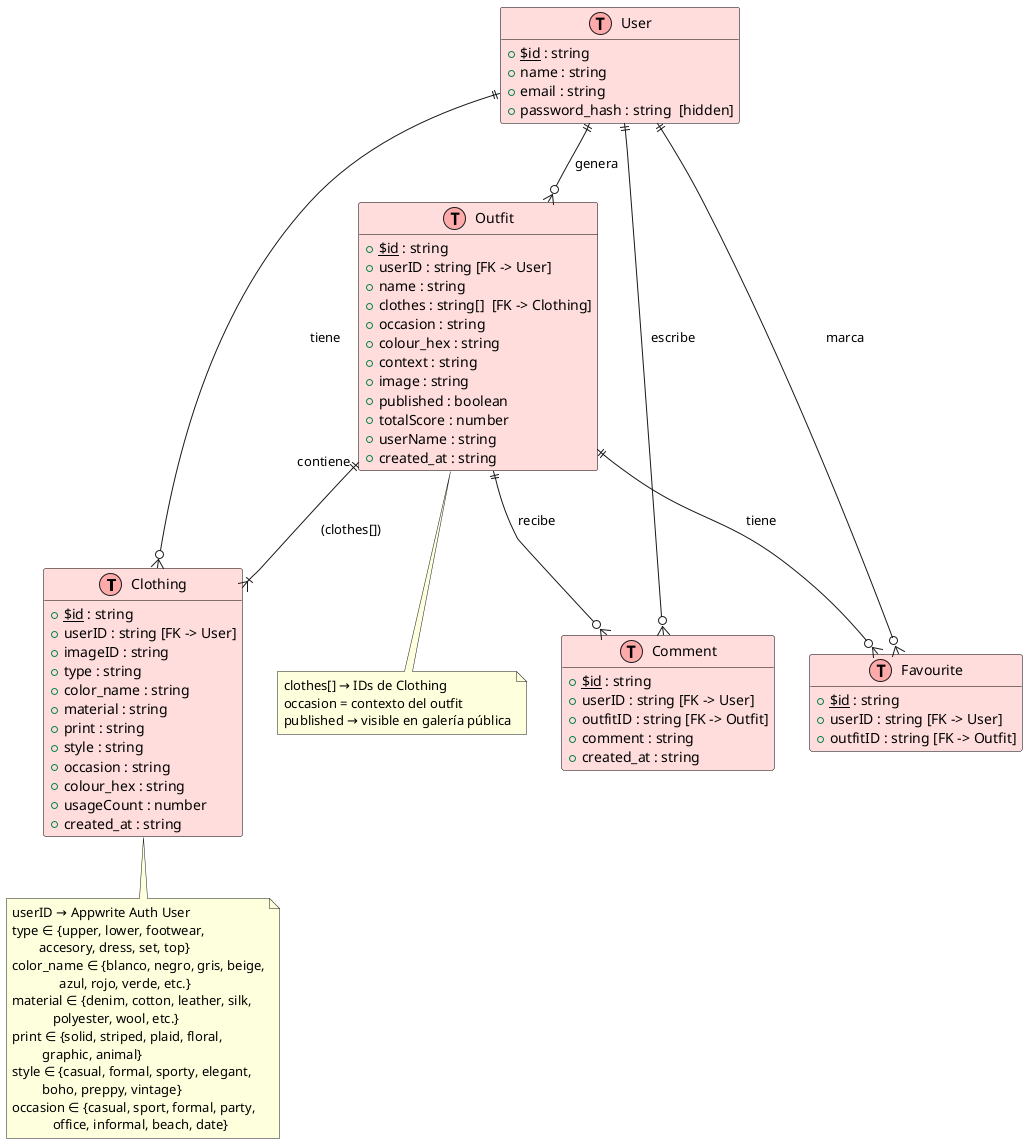
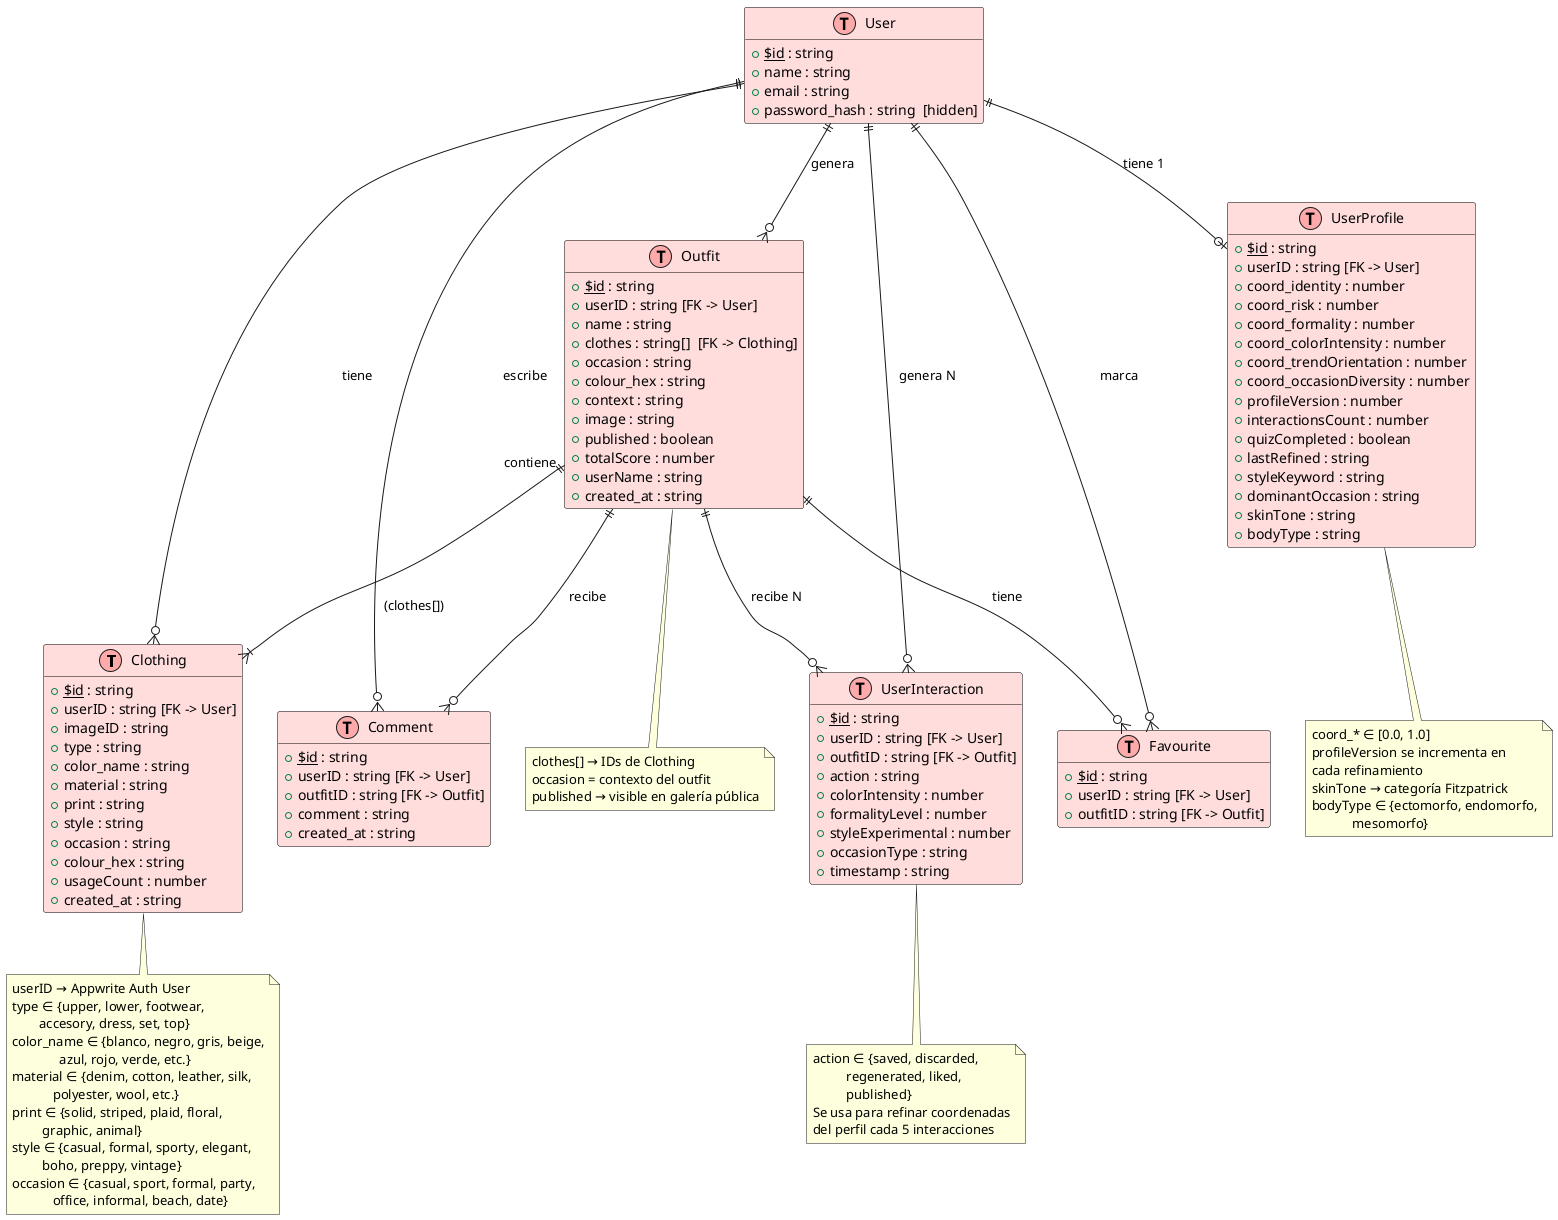
@startuml ER - OutfitGen

!define table(x) class x << (T,#FFAAAA) >>
!define primary_key(x) <u>x</u>
!define foreign_key(x) <i>x</i>

hide methods
hide stereotypes

skinparam classBorderColor black
skinparam classBackgroundColor #FFDDDD

table(Clothing) {
  + primary_key($id) : string
  + userID : string [FK -> User]
  + imageID : string
  + type : string
  + color_name : string
  + material : string
  + print : string
  + style : string
  + occasion : string
  + colour_hex : string
  + usageCount : number
  + created_at : string
}

table(Outfit) {
  + primary_key($id) : string
  + userID : string [FK -> User]
  + name : string
  + clothes : string[]  [FK -> Clothing]
  + occasion : string
  + colour_hex : string
  + context : string
  + image : string
  + published : boolean
  + totalScore : number
  + userName : string
  + created_at : string
}

table(Favourite) {
  + primary_key($id) : string
  + userID : string [FK -> User]
  + outfitID : string [FK -> Outfit]
}

table(Comment) {
  + primary_key($id) : string
  + userID : string [FK -> User]
  + outfitID : string [FK -> Outfit]
  + comment : string
  + created_at : string
}

+ ' ─── Nuevas entidades ──────────────────────────────────────────────────────────
+ table(UserProfile) {
+   + primary_key($id) : string
+   + userID : string [FK -> User]
+   + coord_identity : number
+   + coord_risk : number
+   + coord_formality : number
+   + coord_colorIntensity : number
+   + coord_trendOrientation : number
+   + coord_occasionDiversity : number
+   + profileVersion : number
+   + interactionsCount : number
+   + quizCompleted : boolean
+   + lastRefined : string
+   + styleKeyword : string
+   + dominantOccasion : string
+   + skinTone : string
+   + bodyType : string
+ }
+ 
+ table(UserInteraction) {
+   + primary_key($id) : string
+   + userID : string [FK -> User]
+   + outfitID : string [FK -> Outfit]
+   + action : string
+   + colorIntensity : number
+   + formalityLevel : number
+   + styleExperimental : number
+   + occasionType : string
+   + timestamp : string
+ }
+ 
table(User) {
  + primary_key($id) : string
  + name : string
  + email : string
  + password_hash : string  [hidden]
}

User ||--o{ Clothing : "tiene"
User ||--o{ Outfit : "genera"
User ||--o{ Favourite : "marca"
User ||--o{ Comment : "escribe"
+ User ||--o| UserProfile : "tiene 1"
+ User ||--o{ UserInteraction : "genera N"
Outfit ||--o{ Favourite : "tiene"
Outfit ||--o{ Comment : "recibe"
Outfit ||--|{ Clothing : "contiene" \n(clothes[])
+ Outfit ||--o{ UserInteraction : "recibe N"

note bottom of Clothing
  userID → Appwrite Auth User
  type ∈ {upper, lower, footwear,
          accesory, dress, set, top}
  color_name ∈ {blanco, negro, gris, beige,
                azul, rojo, verde, etc.}
  material ∈ {denim, cotton, leather, silk,
              polyester, wool, etc.}
  print ∈ {solid, striped, plaid, floral,
           graphic, animal}
  style ∈ {casual, formal, sporty, elegant,
           boho, preppy, vintage}
  occasion ∈ {casual, sport, formal, party,
              office, informal, beach, date}
end note

note bottom of Outfit
  clothes[] → IDs de Clothing
  occasion = contexto del outfit
  published → visible en galería pública
end note

+ note bottom of UserProfile
+   coord_* ∈ [0.0, 1.0]
+   profileVersion se incrementa en
+   cada refinamiento
+   skinTone → categoría Fitzpatrick
+   bodyType ∈ {ectomorfo, endomorfo,
+               mesomorfo}
+ end note
+ 
+ note bottom of UserInteraction
+   action ∈ {saved, discarded,
+             regenerated, liked,
+             published}
+   Se usa para refinar coordenadas
+   del perfil cada 5 interacciones
+ end note
+ 
@enduml
